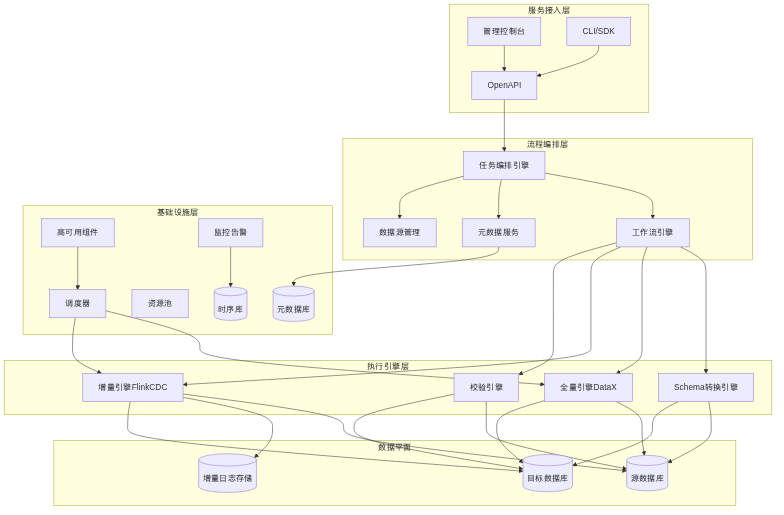
Before: doc/images/fig3-1-logical-architecture.png, a diagram exported from Mermaid (program231/design). Its source is kept beside it as doc/diagrams/fig3-1-logical-architecture.mmd.
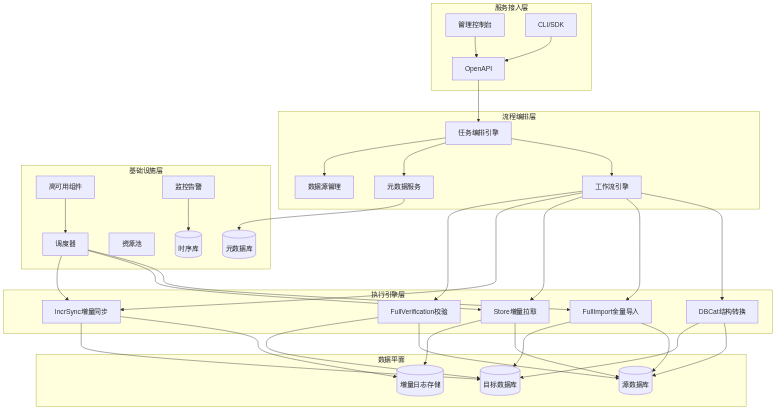
The same diagram one commit later.

Diff of the diagram source:
```diff
@@ -13,10 +13,11 @@
     end
 
     subgraph executionLayer [执行引擎层]
-        SchemaEngine[Schema转换引擎]
-        BatchEngine[全量引擎DataX]
-        StreamEngine[增量引擎FlinkCDC]
-        VerifyEngine[校验引擎]
+        SchemaEngine[DBCat结构转换]
+        FullImport[FullImport全量导入]
+        Store[Store增量拉取]
+        IncrSync[IncrSync增量同步]
+        VerifyEngine[FullVerification校验]
     end
 
     subgraph infraLayer [基础设施层]
@@ -39,20 +40,23 @@
     OpenAPI --> TaskOrchestrator
     TaskOrchestrator --> WorkflowEngine
     WorkflowEngine --> SchemaEngine
-    WorkflowEngine --> BatchEngine
-    WorkflowEngine --> StreamEngine
+    WorkflowEngine --> FullImport
+    WorkflowEngine --> Store
+    WorkflowEngine --> IncrSync
     WorkflowEngine --> VerifyEngine
     TaskOrchestrator --> MetaService
     TaskOrchestrator --> DatasourceMgr
-    Scheduler --> BatchEngine
-    Scheduler --> StreamEngine
+    Scheduler --> FullImport
+    Scheduler --> Store
+    Scheduler --> IncrSync
     SchemaEngine --> SourceDB
     SchemaEngine --> TargetDB
-    BatchEngine --> SourceDB
-    BatchEngine --> TargetDB
-    StreamEngine --> SourceDB
-    StreamEngine --> LogStore
-    StreamEngine --> TargetDB
+    FullImport --> SourceDB
+    FullImport --> TargetDB
+    Store --> SourceDB
+    Store --> LogStore
+    IncrSync --> LogStore
+    IncrSync --> TargetDB
     VerifyEngine --> SourceDB
     VerifyEngine --> TargetDB
     HA --> Scheduler
```
